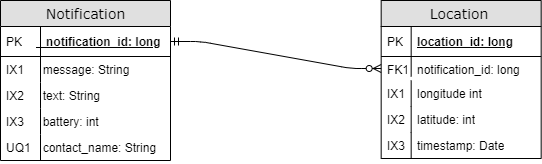
This is docs/erd.png from RaymondJaramillo/justdead, a draw.io export, as it was before one commit. Source tidied: cells renumbered, new cells last; positions are measured from the earlier drawing's top-left corner, leaving out a move shared by most shapes.
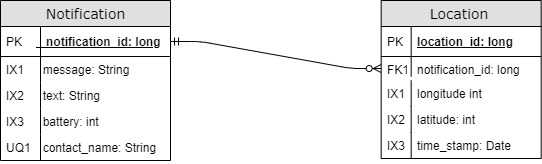
After the change.

Commit message:
Made changes to ERD.

What changed in the source:
```diff
@@ -62,7 +62,7 @@
     <mxCell id="21" value="IX2" style="shape=partialRectangle;top=0;left=0;bottom=0;html=1;fillColor=none;align=left;verticalAlign=top;spacingLeft=4;spacingRight=4;whiteSpace=wrap;overflow=hidden;" parent="20" vertex="1">
       <mxGeometry width="30" height="26" as="geometry" />
     </mxCell>
-    <mxCell id="22" value="timestamp: Date" style="shape=partialRectangle;top=0;left=0;right=0;bottom=0;html=1;align=left;verticalAlign=top;fillColor=none;spacingLeft=34;spacingRight=4;whiteSpace=wrap;overflow=hidden;" parent="13" vertex="1">
+    <mxCell id="22" value="time_stamp: Date" style="shape=partialRectangle;top=0;left=0;right=0;bottom=0;html=1;align=left;verticalAlign=top;fillColor=none;spacingLeft=34;spacingRight=4;whiteSpace=wrap;overflow=hidden;" parent="13" vertex="1">
       <mxGeometry y="132" width="160" height="26" as="geometry" />
     </mxCell>
     <mxCell id="23" value="IX3" style="shape=partialRectangle;top=0;left=0;bottom=0;html=1;fillColor=none;align=left;verticalAlign=top;spacingLeft=4;spacingRight=4;whiteSpace=wrap;overflow=hidden;" parent="22" vertex="1">
```
